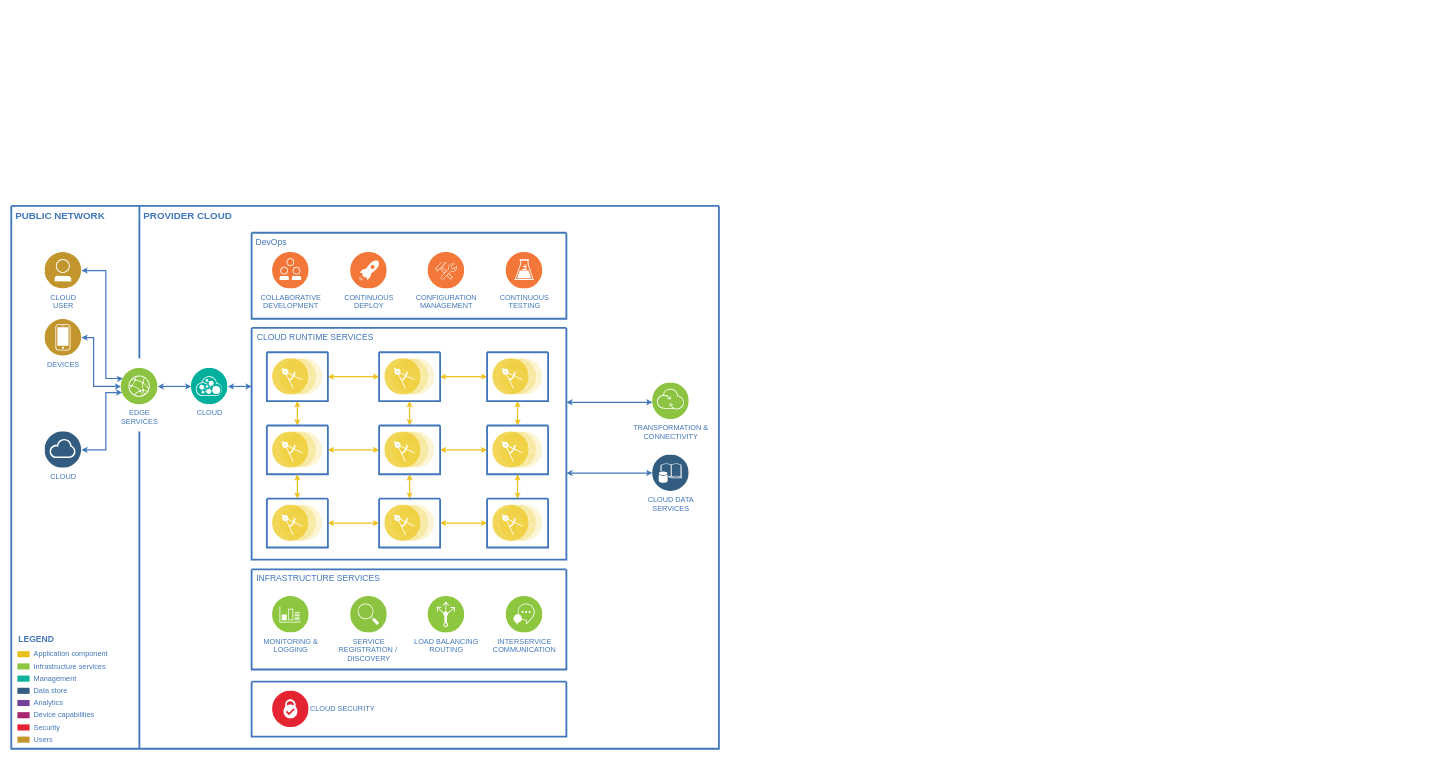
andysohoinam/My-Projects keeps this draw.io diagram as Untitled Diagram.drawio. Above is the earlier version. Source tidied: cells renumbered, new cells numbered last; positions are measured from the earlier drawing's top-left corner, leaving out a move shared by most shapes. Both pictures are drawn from the tidied source at 61%, with x=0, y=0 at pixel (11, 206).
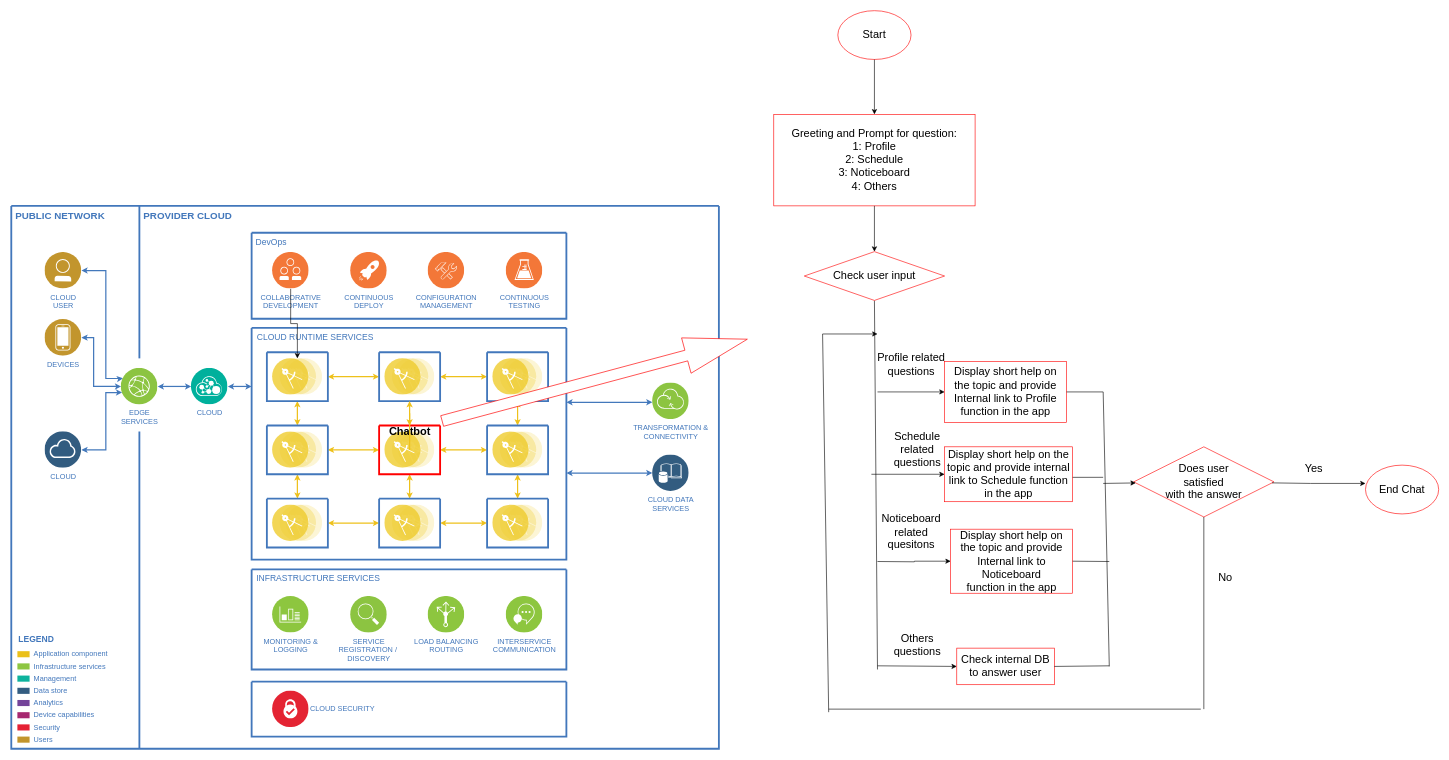
The same diagram, later.

The change refers to these unchanged cells:
```xml
<mxCell id="2" style="swimlane;shadow=0;strokeColor=#4277BB;fillColor=#ffffff;fontColor=#4277BB;align=right;startSize=0;strokeWidth=3;" parent="1" vertex="1">
  <mxGeometry width="1160" height="890" as="geometry" />
</mxCell>
<mxCell id="29" value="COLLABORATIVE&lt;div&gt;DEVELOPMENT&lt;/div&gt;" style="perimeter=ellipsePerimeter;html=1;align=center;shadow=0;dashed=0;image;image=img/lib/ibm/devops/collaborative_development.svg;labelBackgroundColor=#ffffff;strokeColor=#666666;strokeWidth=3;fillColor=#C2952D;gradientColor=none;fontSize=12;fontColor=#4277BB;" parent="28" vertex="1">
  <mxGeometry x="34" y="32" width="60" height="60" as="geometry" />
</mxCell>
<mxCell id="34" style="swimlane;shadow=0;strokeColor=#4277BB;fillColor=#ffffff;fontColor=#4277BB;align=right;startSize=0;strokeWidth=3;" parent="2" vertex="1">
  <mxGeometry x="394" y="200" width="516" height="380" as="geometry" />
</mxCell>
<mxCell id="39" style="perimeter=ellipsePerimeter;html=1;align=center;shadow=0;dashed=0;image;image=img/lib/ibm/applications/microservice.svg;labelBackgroundColor=#ffffff;strokeColor=#666666;strokeWidth=3;fillColor=#C2952D;gradientColor=none;fontSize=12;fontColor=#4277BB;" parent="38" vertex="1">
  <mxGeometry x="9" y="10" width="82" height="60" as="geometry" />
</mxCell>
<mxCell id="42" style="swimlane;shadow=0;strokeColor=#4277BB;fillColor=#ffffff;fontColor=#4277BB;align=right;startSize=0;strokeWidth=3;" parent="34" vertex="1">
  <mxGeometry x="209" y="40" width="100" height="80" as="geometry" />
</mxCell>
```

What changed in the source:
```diff
@@
-    <mxCell id="41" style="edgeStyle=orthogonalEdgeStyle;rounded=0;html=1;entryX=0.5;entryY=0;labelBackgroundColor=#ffffff;startArrow=classic;startFill=1;startSize=4;endArrow=classic;endFill=1;endSize=4;jettySize=auto;strokeColor=#EEC11B;strokeWidth=2;fontSize=14;fontColor=#4277BB;" parent="34" edge="1" source="42" target="53">
-      <mxGeometry relative="1" as="geometry" />
-    </mxCell>
@@
-    <mxCell id="53" style="swimlane;shadow=0;strokeColor=#4277BB;fillColor=#ffffff;fontColor=#4277BB;align=right;startSize=0;strokeWidth=3;" parent="34" vertex="1">
+    <mxCell id="53" style="swimlane;shadow=0;strokeColor=#FF0000;fillColor=#ffffff;fontColor=#4277BB;align=right;startSize=0;strokeWidth=3;" parent="34" vertex="1">
       <mxGeometry x="209" y="160" width="100" height="80" as="geometry" />
     </mxCell>
@@
+    <mxCell id="76" value="&lt;font style=&quot;font-size: 18px&quot;&gt;&lt;b&gt;Chatbot&lt;/b&gt;&lt;/font&gt;" style="text;html=1;align=center;verticalAlign=middle;points=[];fillColor=none;strokeColor=none;rounded=0;" parent="53" vertex="1">
+      <mxGeometry x="5" width="90" height="20" as="geometry" />
+    </mxCell>
+    <mxCell id="41" style="edgeStyle=orthogonalEdgeStyle;rounded=0;html=1;entryX=0.5;entryY=0;labelBackgroundColor=#ffffff;startArrow=none;startFill=1;startSize=4;endArrow=classic;endFill=1;endSize=4;jettySize=auto;strokeColor=#EEC11B;strokeWidth=2;fontSize=14;fontColor=#4277BB;" parent="53" edge="1" source="76" target="53">
+      <mxGeometry relative="1" as="geometry" />
+    </mxCell>
@@
+    <mxCell id="77" style="edgeStyle=orthogonalEdgeStyle;rounded=0;html=1;entryX=0.5;entryY=0;labelBackgroundColor=#ffffff;startArrow=classic;startFill=1;startSize=4;endArrow=none;endFill=1;endSize=4;jettySize=auto;strokeColor=#EEC11B;strokeWidth=2;fontSize=14;fontColor=#4277BB;" parent="34" edge="1" source="42" target="76">
+      <mxGeometry relative="1" as="geometry" />
+    </mxCell>
@@
+    <mxCell id="78" style="edgeStyle=orthogonalEdgeStyle;rounded=0;jettySize=auto;html=1;" parent="2" edge="1" source="29" target="39">
+      <mxGeometry relative="1" as="geometry" />
+    </mxCell>
+    <mxCell id="79" style="shape=singleArrow;direction=north;whiteSpace=wrap;html=1;fontSize=18;strokeColor=#FF0000;rotation=75;" parent="2" vertex="1">
+      <mxGeometry x="926.5" y="26.6" width="60" height="518" as="geometry" />
+    </mxCell>
+    <mxCell id="80" value="&lt;div&gt;Greeting and Prompt for question:&lt;/div&gt;&lt;div&gt;1: Profile&lt;/div&gt;&lt;div&gt;2: Schedule&lt;/div&gt;&lt;div&gt;3: Noticeboard&lt;/div&gt;&lt;div&gt;4: Others&lt;br&gt;&lt;/div&gt;" style="rounded=0;whiteSpace=wrap;html=1;fontSize=18;strokeColor=#FF0000;" parent="1" vertex="1">
+      <mxGeometry x="1250" y="-150" width="330" height="150" as="geometry" />
+    </mxCell>
+    <mxCell id="81" value="Start" style="ellipse;whiteSpace=wrap;html=1;fontSize=18;strokeColor=#FF0000;" parent="1" vertex="1">
+      <mxGeometry x="1355" y="-320" width="120" height="80" as="geometry" />
+    </mxCell>
+    <mxCell id="82" style="endArrow=none;html=1;rounded=0;fontSize=18;entryX=0.5;entryY=1;entryDx=0;entryDy=0;" parent="1" edge="1" target="95">
+      <mxGeometry relative="1" as="geometry">
+        <mxPoint x="1420" y="760" as="sourcePoint" />
+      </mxGeometry>
+    </mxCell>
+    <mxCell id="83" value="Display short help on the topic and provide Internal link to Profile function in the app" style="rounded=0;whiteSpace=wrap;html=1;fontSize=18;strokeColor=#FF0000;" parent="1" vertex="1">
+      <mxGeometry x="1530" y="255" width="200" height="100" as="geometry" />
+    </mxCell>
+    <mxCell id="84" value="Display short help on the topic and provide internal link to Schedule function in the app" style="rounded=0;whiteSpace=wrap;html=1;fontSize=18;strokeColor=#FF0000;" parent="1" vertex="1">
+      <mxGeometry x="1530" y="395" width="210" height="90" as="geometry" />
+    </mxCell>
+    <mxCell id="85" value="&lt;div&gt;Display short help on the topic and provide Internal link to Noticeboard &lt;br&gt;&lt;/div&gt;&lt;div&gt;function in the app&lt;/div&gt;" style="rounded=0;whiteSpace=wrap;html=1;fontSize=18;strokeColor=#FF0000;" parent="1" vertex="1">
+      <mxGeometry x="1540" y="530" width="200" height="105" as="geometry" />
+    </mxCell>
+    <mxCell id="86" value="&lt;div&gt;Profile related&lt;/div&gt;&lt;div&gt; questions&lt;/div&gt;" style="text;html=1;align=center;verticalAlign=middle;fillColor=none;strokeColor=none;rounded=0;fontSize=18;" parent="1" vertex="1">
+      <mxGeometry x="1410" y="235" width="130" height="50" as="geometry" />
+    </mxCell>
+    <mxCell id="87" value="&lt;div&gt;Schedule &lt;br&gt;&lt;/div&gt;&lt;div&gt;related&lt;/div&gt;&lt;div&gt;questions&lt;br&gt;&lt;/div&gt;" style="text;html=1;align=center;verticalAlign=middle;fillColor=none;strokeColor=none;rounded=0;fontSize=18;" parent="1" vertex="1">
+      <mxGeometry x="1440" y="365" width="90" height="70" as="geometry" />
+    </mxCell>
+    <mxCell id="88" style="edgeStyle=orthogonalEdgeStyle;rounded=0;jettySize=auto;html=1;fontSize=18;entryX=0;entryY=0.5;entryDx=0;entryDy=0;" parent="1" edge="1" target="85">
+      <mxGeometry relative="1" as="geometry">
+        <mxPoint x="1420" y="583" as="sourcePoint" />
+      </mxGeometry>
+    </mxCell>
+    <mxCell id="89" value="&lt;div&gt;Noticeboard&lt;/div&gt;&lt;div&gt; related&lt;/div&gt;&lt;div&gt;quesitons&lt;br&gt;&lt;/div&gt;" style="text;html=1;align=center;verticalAlign=middle;fillColor=none;strokeColor=none;rounded=0;fontSize=18;" parent="1" vertex="1">
+      <mxGeometry x="1420" y="500" width="110" height="70" as="geometry" />
+    </mxCell>
+    <mxCell id="90" value="&lt;div&gt;Others &lt;br&gt;&lt;/div&gt;&lt;div&gt;questions&lt;/div&gt;" style="text;html=1;align=center;verticalAlign=middle;fillColor=none;strokeColor=none;rounded=0;fontSize=18;" parent="1" vertex="1">
+      <mxGeometry x="1440" y="695" width="90" height="50" as="geometry" />
+    </mxCell>
+    <mxCell id="91" value="Check internal DB to answer user" style="rounded=0;whiteSpace=wrap;html=1;fontSize=18;strokeColor=#FF0000;" parent="1" vertex="1">
+      <mxGeometry x="1550" y="725" width="160" height="60" as="geometry" />
+    </mxCell>
+    <mxCell id="92" style="endArrow=classic;html=1;rounded=0;fontSize=18;entryX=0;entryY=0.5;entryDx=0;entryDy=0;" parent="1" edge="1" target="83">
+      <mxGeometry relative="1" as="geometry">
+        <mxPoint x="1420" y="305" as="sourcePoint" />
+      </mxGeometry>
+    </mxCell>
+    <mxCell id="93" style="endArrow=classic;html=1;rounded=0;fontSize=18;entryX=0;entryY=0.5;entryDx=0;entryDy=0;" parent="1" edge="1">
+      <mxGeometry relative="1" as="geometry">
+        <mxPoint x="1410" y="440" as="sourcePoint" />
+        <mxPoint x="1530" y="440" as="targetPoint" />
+      </mxGeometry>
+    </mxCell>
+    <mxCell id="94" style="endArrow=classic;html=1;rounded=0;fontSize=18;entryX=0;entryY=0.5;entryDx=0;entryDy=0;" parent="1" edge="1" target="91">
+      <mxGeometry relative="1" as="geometry">
+        <mxPoint x="1420" y="754" as="sourcePoint" />
+      </mxGeometry>
+    </mxCell>
+    <mxCell id="95" value="Check user input" style="rhombus;whiteSpace=wrap;html=1;fontSize=18;strokeColor=#FF0000;" parent="1" vertex="1">
+      <mxGeometry x="1300" y="75" width="230" height="80" as="geometry" />
+    </mxCell>
+    <mxCell id="96" value="&lt;div&gt;Does user &lt;br&gt;&lt;/div&gt;&lt;div&gt;satisfied &lt;br&gt;&lt;/div&gt;&lt;div&gt;with the answer&lt;/div&gt;" style="rhombus;whiteSpace=wrap;html=1;fontSize=18;strokeColor=#FF0000;" parent="1" vertex="1">
+      <mxGeometry x="1840" y="395" width="230" height="115" as="geometry" />
+    </mxCell>
+    <mxCell id="97" style="endArrow=none;html=1;rounded=0;fontSize=18;entryX=0.5;entryY=1;entryDx=0;entryDy=0;" parent="1" edge="1" target="96">
+      <mxGeometry relative="1" as="geometry">
+        <mxPoint x="1955" y="825" as="sourcePoint" />
+      </mxGeometry>
+    </mxCell>
+    <mxCell id="98" style="endArrow=none;html=1;rounded=0;fontSize=18;" parent="1" edge="1">
+      <mxGeometry relative="1" as="geometry">
+        <mxPoint x="1340" y="825" as="sourcePoint" />
+        <mxPoint x="1950" y="825" as="targetPoint" />
+      </mxGeometry>
+    </mxCell>
+    <mxCell id="99" style="endArrow=none;html=1;rounded=0;fontSize=18;" parent="1" edge="1">
+      <mxGeometry relative="1" as="geometry">
+        <mxPoint x="1340" y="830" as="sourcePoint" />
+        <mxPoint x="1330" y="210" as="targetPoint" />
+      </mxGeometry>
+    </mxCell>
+    <mxCell id="100" style="endArrow=classic;html=1;rounded=0;fontSize=18;" parent="1" edge="1">
+      <mxGeometry relative="1" as="geometry">
+        <mxPoint x="1330" y="210" as="sourcePoint" />
+        <mxPoint x="1420" y="210" as="targetPoint" />
+      </mxGeometry>
+    </mxCell>
+    <mxCell id="101" style="endArrow=none;html=1;rounded=0;fontSize=18;exitX=1;exitY=0.5;exitDx=0;exitDy=0;" parent="1" edge="1" source="83">
+      <mxGeometry relative="1" as="geometry">
+        <mxPoint x="1790" y="305" as="targetPoint" />
+      </mxGeometry>
+    </mxCell>
+    <mxCell id="102" style="endArrow=none;html=1;rounded=0;fontSize=18;exitX=1;exitY=0.556;exitDx=0;exitDy=0;exitPerimeter=0;" parent="1" edge="1" source="84">
+      <mxGeometry relative="1" as="geometry">
+        <mxPoint x="1790" y="445" as="targetPoint" />
+      </mxGeometry>
+    </mxCell>
+    <mxCell id="103" style="endArrow=none;html=1;rounded=0;fontSize=18;exitX=1;exitY=0.5;exitDx=0;exitDy=0;" parent="1" edge="1" source="85">
+      <mxGeometry relative="1" as="geometry">
+        <mxPoint x="1800" y="583" as="targetPoint" />
+      </mxGeometry>
+    </mxCell>
+    <mxCell id="104" style="endArrow=none;html=1;rounded=0;fontSize=18;exitX=1;exitY=0.5;exitDx=0;exitDy=0;" parent="1" edge="1" source="91">
+      <mxGeometry relative="1" as="geometry">
+        <mxPoint x="1800" y="754" as="targetPoint" />
+      </mxGeometry>
+    </mxCell>
+    <mxCell id="105" style="endArrow=none;html=1;rounded=0;fontSize=18;" parent="1" edge="1">
+      <mxGeometry relative="1" as="geometry">
+        <mxPoint x="1790" y="305" as="sourcePoint" />
+        <mxPoint x="1800" y="755" as="targetPoint" />
+      </mxGeometry>
+    </mxCell>
+    <mxCell id="106" style="endArrow=classic;html=1;rounded=0;fontSize=18;" parent="1" edge="1" target="96">
+      <mxGeometry relative="1" as="geometry">
+        <mxPoint x="1790" y="455" as="sourcePoint" />
+      </mxGeometry>
+    </mxCell>
+    <mxCell id="107" value="No" style="text;html=1;align=center;verticalAlign=middle;fillColor=none;strokeColor=none;rounded=0;fontSize=18;" parent="1" vertex="1">
+      <mxGeometry x="1970" y="595" width="40" height="30" as="geometry" />
+    </mxCell>
+    <mxCell id="108" value="Yes" style="text;html=1;align=center;verticalAlign=middle;fillColor=none;strokeColor=none;rounded=0;fontSize=18;" parent="1" vertex="1">
+      <mxGeometry x="2110" y="415" width="50" height="30" as="geometry" />
+    </mxCell>
+    <mxCell id="109" style="endArrow=classic;html=1;rounded=0;fontSize=18;" parent="1" edge="1" source="96">
+      <mxGeometry relative="1" as="geometry">
+        <mxPoint x="2220" y="455" as="targetPoint" />
+        <Array as="points">
+          <mxPoint x="2130" y="455" />
+        </Array>
+      </mxGeometry>
+    </mxCell>
+    <mxCell id="110" value="End Chat" style="ellipse;whiteSpace=wrap;html=1;fontSize=18;strokeColor=#FF0000;" parent="1" vertex="1">
+      <mxGeometry x="2220" y="425" width="120" height="80" as="geometry" />
+    </mxCell>
+    <mxCell id="111" style="endArrow=classic;html=1;rounded=0;fontSize=18;exitX=0.5;exitY=1;exitDx=0;exitDy=0;entryX=0.5;entryY=0;entryDx=0;entryDy=0;" parent="1" edge="1" source="80" target="95">
+      <mxGeometry relative="1" as="geometry" />
+    </mxCell>
+    <mxCell id="112" style="endArrow=classic;html=1;rounded=0;fontSize=18;exitX=0.5;exitY=1;exitDx=0;exitDy=0;entryX=0.5;entryY=0;entryDx=0;entryDy=0;" parent="1" edge="1" source="81" target="80">
+      <mxGeometry relative="1" as="geometry" />
+    </mxCell>
```
